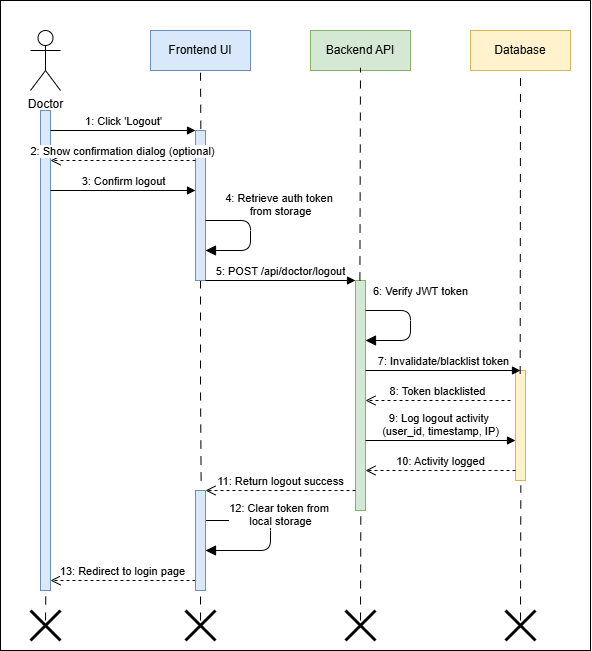
Before: InProgress/Sequence Diagram/Admin/Logout/Logout-Diagram.png, a diagram exported from draw.io (shah541-g/Fyp-Diagrams). Source tidied: cells renumbered, new cells last; positions are measured from the earlier drawing's top-left corner, leaving out a move shared by most shapes. The source it was exported from:
```xml
<mxGraphModel>
  <root>
    <mxCell id="0" />
    <mxCell id="1" parent="0" />
    <mxCell id="2" style="rounded=0;whiteSpace=wrap;html=1;" parent="1" vertex="1">
      <mxGeometry width="590" height="650" as="geometry" />
    </mxCell>
    <mxCell id="3" value="Doctor" style="shape=umlActor;verticalLabelPosition=bottom;verticalAlign=top;html=1;" parent="1" vertex="1">
      <mxGeometry x="30" y="30" width="30" height="60" as="geometry" />
    </mxCell>
    <mxCell id="4" style="html=1;points=[];perimeter=orthogonalPerimeter;fillColor=#dae8fc;strokeColor=#6c8ebf;" parent="1" vertex="1">
      <mxGeometry x="40" y="110" width="10" height="480" as="geometry" />
    </mxCell>
    <mxCell id="5" value="Frontend UI" style="rounded=0;whiteSpace=wrap;html=1;fillColor=#dae8fc;strokeColor=#6c8ebf;" parent="1" vertex="1">
      <mxGeometry x="150" y="30" width="100" height="40" as="geometry" />
    </mxCell>
    <mxCell id="6" style="edgeStyle=orthogonalEdgeStyle;rounded=0;jettySize=auto;html=1;entryX=0.567;entryY=-0.028;entryDx=0;entryDy=0;entryPerimeter=0;endArrow=none;endFill=0;dashed=1;dashPattern=8 8;" parent="1" edge="1" source="7" target="26">
      <mxGeometry relative="1" as="geometry" />
    </mxCell>
    <mxCell id="7" style="html=1;points=[];perimeter=orthogonalPerimeter;fillColor=#dae8fc;strokeColor=#6c8ebf;" parent="1" vertex="1">
      <mxGeometry x="195" y="130" width="10" height="150" as="geometry" />
    </mxCell>
    <mxCell id="8" value="Backend API" style="rounded=0;whiteSpace=wrap;html=1;fillColor=#d5e8d4;strokeColor=#82b366;" parent="1" vertex="1">
      <mxGeometry x="310" y="30" width="100" height="40" as="geometry" />
    </mxCell>
    <mxCell id="9" style="html=1;points=[];perimeter=orthogonalPerimeter;fillColor=#d5e8d4;strokeColor=#82b366;" parent="1" vertex="1">
      <mxGeometry x="355" y="280" width="10" height="230" as="geometry" />
    </mxCell>
    <mxCell id="10" value="Database" style="rounded=0;whiteSpace=wrap;html=1;fillColor=#fff2cc;strokeColor=#d6b656;" parent="1" vertex="1">
      <mxGeometry x="470" y="30" width="100" height="40" as="geometry" />
    </mxCell>
    <mxCell id="11" style="html=1;points=[];perimeter=orthogonalPerimeter;fillColor=#fff2cc;strokeColor=#d6b656;" parent="1" vertex="1">
      <mxGeometry x="515" y="370" width="10" height="110" as="geometry" />
    </mxCell>
    <mxCell id="12" value="1: Click 'Logout'" style="html=1;verticalAlign=bottom;endArrow=block;entryX=0;entryY=0;" parent="1" edge="1">
      <mxGeometry relative="1" as="geometry">
        <mxPoint x="50" y="130" as="sourcePoint" />
        <mxPoint x="195" y="130" as="targetPoint" />
      </mxGeometry>
    </mxCell>
    <mxCell id="13" value="2: Show confirmation dialog (optional)" style="html=1;verticalAlign=bottom;endArrow=open;dashed=1;endSize=8;" parent="1" edge="1">
      <mxGeometry relative="1" as="geometry">
        <mxPoint x="195" y="160" as="sourcePoint" />
        <mxPoint x="50" y="160" as="targetPoint" />
      </mxGeometry>
    </mxCell>
    <mxCell id="14" value="3: Confirm logout" style="html=1;verticalAlign=bottom;endArrow=block;" parent="1" edge="1">
      <mxGeometry relative="1" as="geometry">
        <mxPoint x="50" y="190" as="sourcePoint" />
        <mxPoint x="195" y="190" as="targetPoint" />
      </mxGeometry>
    </mxCell>
    <mxCell id="15" value="4: Retrieve auth token&amp;nbsp;&lt;div&gt;from storage&lt;/div&gt;" style="html=1;verticalAlign=bottom;endArrow=block;endSize=8;" parent="1" edge="1">
      <mxGeometry x="-0.25" y="30" relative="1" as="geometry">
        <mxPoint x="205" y="220" as="sourcePoint" />
        <mxPoint x="205" y="250" as="targetPoint" />
        <Array as="points">
          <mxPoint x="250" y="220" />
          <mxPoint x="250" y="250" />
        </Array>
      </mxGeometry>
    </mxCell>
    <mxCell id="16" value="5: POST /api/doctor/logout" style="html=1;verticalAlign=bottom;endArrow=block;" parent="1" edge="1">
      <mxGeometry relative="1" as="geometry">
        <mxPoint x="205" y="280" as="sourcePoint" />
        <mxPoint x="355" y="280" as="targetPoint" />
      </mxGeometry>
    </mxCell>
    <mxCell id="17" value="6: Verify JWT token" style="html=1;verticalAlign=bottom;endArrow=block;endSize=8;" parent="1" edge="1">
      <mxGeometry x="-0.25" y="14" relative="1" as="geometry">
        <mxPoint x="365" y="310" as="sourcePoint" />
        <mxPoint x="365" y="340" as="targetPoint" />
        <Array as="points">
          <mxPoint x="410" y="310" />
          <mxPoint x="410" y="340" />
        </Array>
        <mxPoint x="-4" y="-10" as="offset" />
      </mxGeometry>
    </mxCell>
    <mxCell id="18" value="7: Invalidate/blacklist token" style="html=1;verticalAlign=bottom;endArrow=block;" parent="1" edge="1">
      <mxGeometry relative="1" as="geometry">
        <mxPoint x="365" y="370" as="sourcePoint" />
        <mxPoint x="520" y="370" as="targetPoint" />
      </mxGeometry>
    </mxCell>
    <mxCell id="19" value="8: Token blacklisted" style="html=1;verticalAlign=bottom;endArrow=open;dashed=1;endSize=8;" parent="1" edge="1">
      <mxGeometry relative="1" as="geometry">
        <mxPoint x="510" y="400" as="sourcePoint" />
        <mxPoint x="365" y="400" as="targetPoint" />
      </mxGeometry>
    </mxCell>
    <mxCell id="20" value="9: Log logout activity&amp;nbsp;&lt;div&gt;(user_id, timestamp, IP)&lt;/div&gt;" style="html=1;verticalAlign=bottom;endArrow=block;" parent="1" edge="1">
      <mxGeometry relative="1" as="geometry">
        <mxPoint x="365" y="440" as="sourcePoint" />
        <mxPoint x="515" y="440" as="targetPoint" />
      </mxGeometry>
    </mxCell>
    <mxCell id="21" value="10: Activity logged" style="html=1;verticalAlign=bottom;endArrow=open;dashed=1;endSize=8;" parent="1" edge="1">
      <mxGeometry relative="1" as="geometry">
        <mxPoint x="515" y="470" as="sourcePoint" />
        <mxPoint x="365" y="470" as="targetPoint" />
      </mxGeometry>
    </mxCell>
    <mxCell id="22" value="11: Return logout success" style="html=1;verticalAlign=bottom;endArrow=open;dashed=1;endSize=8;" parent="1" edge="1">
      <mxGeometry relative="1" as="geometry">
        <mxPoint x="355" y="490" as="sourcePoint" />
        <mxPoint x="205" y="490" as="targetPoint" />
      </mxGeometry>
    </mxCell>
    <mxCell id="23" value="12: Clear token from&amp;nbsp;&lt;div&gt;local storage&lt;/div&gt;" style="html=1;verticalAlign=bottom;endArrow=block;endSize=8;" parent="1" edge="1" source="26">
      <mxGeometry x="-0.05" y="10" relative="1" as="geometry">
        <mxPoint x="205" y="550" as="targetPoint" />
        <Array as="points">
          <mxPoint x="270" y="520" />
          <mxPoint x="270" y="550" />
        </Array>
      </mxGeometry>
    </mxCell>
    <mxCell id="24" value="13: Redirect to login page" style="html=1;verticalAlign=bottom;endArrow=open;dashed=1;endSize=8;" parent="1" edge="1">
      <mxGeometry relative="1" as="geometry">
        <mxPoint x="195" y="580" as="sourcePoint" />
        <mxPoint x="50" y="580" as="targetPoint" />
      </mxGeometry>
    </mxCell>
    <mxCell id="25" style="html=1;verticalAlign=bottom;endArrow=block;endSize=8;" parent="1" edge="1" target="26">
      <mxGeometry x="-0.05" y="10" relative="1" as="geometry">
        <mxPoint x="205" y="520" as="sourcePoint" />
      </mxGeometry>
    </mxCell>
    <mxCell id="26" style="html=1;points=[];perimeter=orthogonalPerimeter;fillColor=#dae8fc;strokeColor=#6c8ebf;" parent="1" vertex="1">
      <mxGeometry x="195" y="490" width="10" height="100" as="geometry" />
    </mxCell>
    <mxCell id="27" style="endArrow=none;html=1;rounded=0;entryX=0.5;entryY=1;entryDx=0;entryDy=0;exitX=0.533;exitY=-0.012;exitDx=0;exitDy=0;exitPerimeter=0;dashed=1;dashPattern=8 8;" parent="1" edge="1" source="7" target="5">
      <mxGeometry relative="1" as="geometry" />
    </mxCell>
    <mxCell id="28" style="endArrow=none;html=1;rounded=0;entryX=0.533;entryY=1.001;entryDx=0;entryDy=0;entryPerimeter=0;dashed=1;dashPattern=8 8;" parent="1" edge="1" target="4">
      <mxGeometry relative="1" as="geometry">
        <mxPoint x="45" y="620" as="sourcePoint" />
      </mxGeometry>
    </mxCell>
    <mxCell id="29" style="shape=umlDestroy;whiteSpace=wrap;html=1;strokeWidth=3;targetShapes=umlLifeline;" parent="1" vertex="1">
      <mxGeometry x="30" y="610" width="30" height="30" as="geometry" />
    </mxCell>
    <mxCell id="30" style="endArrow=none;html=1;rounded=0;entryX=0.533;entryY=1.001;entryDx=0;entryDy=0;entryPerimeter=0;dashed=1;dashPattern=8 8;" parent="1" edge="1">
      <mxGeometry relative="1" as="geometry">
        <mxPoint x="200" y="620" as="sourcePoint" />
        <mxPoint x="200" y="590" as="targetPoint" />
      </mxGeometry>
    </mxCell>
    <mxCell id="31" style="shape=umlDestroy;whiteSpace=wrap;html=1;strokeWidth=3;targetShapes=umlLifeline;" parent="1" vertex="1">
      <mxGeometry x="185" y="610" width="30" height="30" as="geometry" />
    </mxCell>
    <mxCell id="32" style="endArrow=none;html=1;rounded=0;entryX=0.533;entryY=1.004;entryDx=0;entryDy=0;entryPerimeter=0;dashed=1;dashPattern=8 8;" parent="1" edge="1" target="9">
      <mxGeometry relative="1" as="geometry">
        <mxPoint x="360" y="620" as="sourcePoint" />
      </mxGeometry>
    </mxCell>
    <mxCell id="33" style="shape=umlDestroy;whiteSpace=wrap;html=1;strokeWidth=3;targetShapes=umlLifeline;" parent="1" vertex="1">
      <mxGeometry x="345" y="610" width="30" height="30" as="geometry" />
    </mxCell>
    <mxCell id="34" style="endArrow=none;html=1;rounded=0;entryX=0.533;entryY=1.046;entryDx=0;entryDy=0;entryPerimeter=0;dashed=1;dashPattern=8 8;" parent="1" edge="1" target="11">
      <mxGeometry relative="1" as="geometry">
        <mxPoint x="520" y="620" as="sourcePoint" />
      </mxGeometry>
    </mxCell>
    <mxCell id="35" style="shape=umlDestroy;whiteSpace=wrap;html=1;strokeWidth=3;targetShapes=umlLifeline;" parent="1" vertex="1">
      <mxGeometry x="505" y="610" width="30" height="30" as="geometry" />
    </mxCell>
    <mxCell id="36" style="endArrow=none;html=1;rounded=0;entryX=0.5;entryY=1;entryDx=0;entryDy=0;dashed=1;dashPattern=8 8;exitX=0.468;exitY=0.032;exitDx=0;exitDy=0;exitPerimeter=0;" parent="1" edge="1" source="11" target="10">
      <mxGeometry relative="1" as="geometry" />
    </mxCell>
    <mxCell id="37" style="endArrow=none;html=1;rounded=0;entryX=0.5;entryY=0.929;entryDx=0;entryDy=0;entryPerimeter=0;dashed=1;dashPattern=8 8;" parent="1" edge="1" target="8">
      <mxGeometry relative="1" as="geometry">
        <mxPoint x="359.4" y="280" as="sourcePoint" />
      </mxGeometry>
    </mxCell>
  </root>
</mxGraphModel>
```
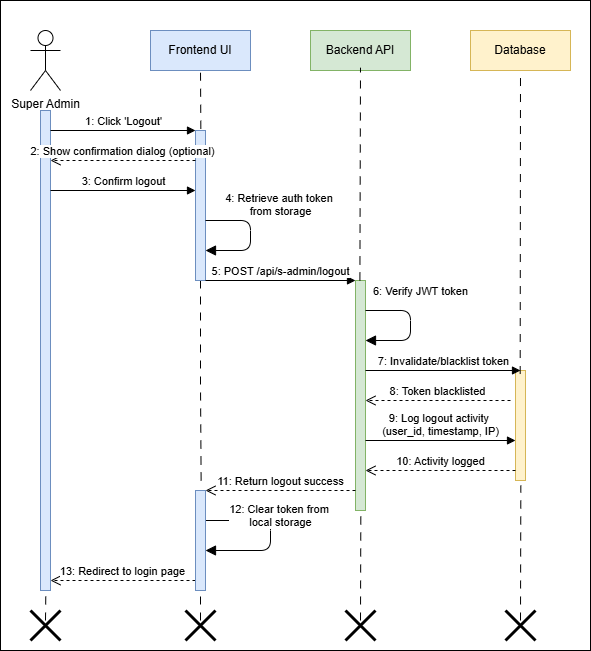
After the change.

Change to the diagram source:
```diff
@@ -5,7 +5,7 @@
     <mxCell id="2" style="rounded=0;whiteSpace=wrap;html=1;" parent="1" vertex="1">
       <mxGeometry width="590" height="650" as="geometry" />
     </mxCell>
-    <mxCell id="3" value="Doctor" style="shape=umlActor;verticalLabelPosition=bottom;verticalAlign=top;html=1;" parent="1" vertex="1">
+    <mxCell id="3" value="Super Admin" style="shape=umlActor;verticalLabelPosition=bottom;verticalAlign=top;html=1;" parent="1" vertex="1">
       <mxGeometry x="30" y="30" width="30" height="60" as="geometry" />
     </mxCell>
     <mxCell id="4" style="html=1;points=[];perimeter=orthogonalPerimeter;fillColor=#dae8fc;strokeColor=#6c8ebf;" parent="1" vertex="1">
@@ -60,7 +60,7 @@
         </Array>
       </mxGeometry>
     </mxCell>
-    <mxCell id="16" value="5: POST /api/doctor/logout" style="html=1;verticalAlign=bottom;endArrow=block;" parent="1" edge="1">
+    <mxCell id="16" value="5: POST /api/s-admin/logout" style="html=1;verticalAlign=bottom;endArrow=block;" parent="1" edge="1">
       <mxGeometry relative="1" as="geometry">
         <mxPoint x="205" y="280" as="sourcePoint" />
         <mxPoint x="355" y="280" as="targetPoint" />
```
